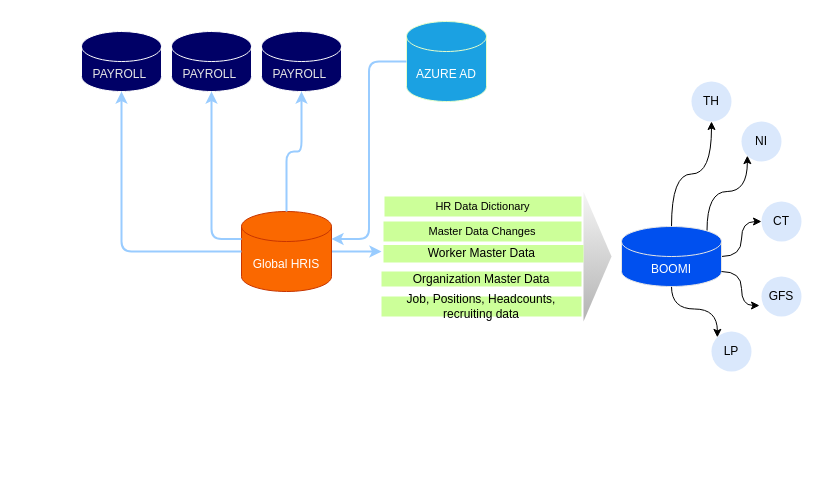
sandyaroma/sandyaroma keeps this draw.io diagram as PageGroup Presales.drawio. Above is the earlier version. Source tidied: cells renumbered, new cells numbered last; positions are measured from the earlier drawing's top-left corner, leaving out a move shared by most shapes. Both pictures are drawn from the tidied source at 100%, with x=0, y=0 at pixel (81, 21).
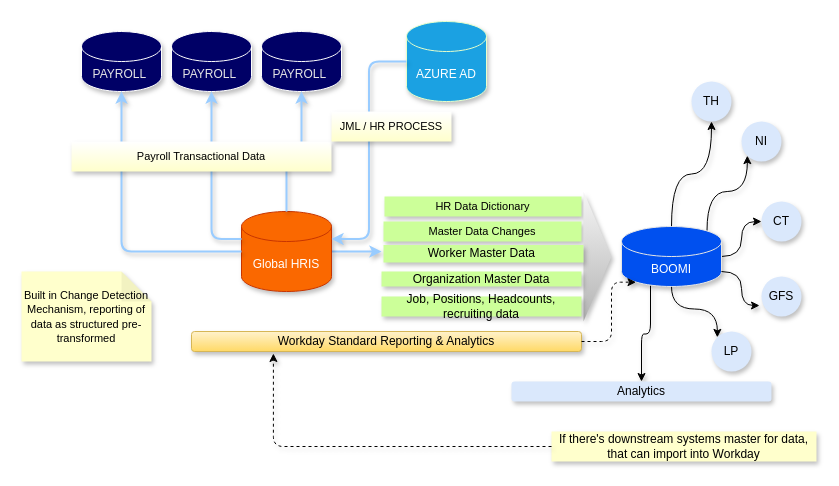
The same page after the edit.

The edit, as a diff of the source:
```diff
@@
-    <mxCell id="2" style="edgeStyle=orthogonalEdgeStyle;rounded=0;jettySize=auto;html=1;strokeWidth=2;strokeColor=#99CCFF;" parent="1" edge="1" source="3">
+    <mxCell id="2" style="edgeStyle=orthogonalEdgeStyle;rounded=0;jettySize=auto;html=1;strokeWidth=2;strokeColor=#99CCFF;shadow=1;" parent="1" edge="1" source="3">
       <mxGeometry relative="1" as="geometry">
         <mxPoint x="300" y="230" as="targetPoint" />
       </mxGeometry>
     </mxCell>
-    <mxCell id="3" value="&lt;font color=&quot;#ffffff&quot;&gt;Global HRIS&lt;/font&gt;" style="shape=cylinder3;whiteSpace=wrap;html=1;boundedLbl=1;backgroundOutline=1;size=15;fillColor=#fa6800;strokeColor=#C73500;fontColor=#000000;" parent="1" vertex="1">
+    <mxCell id="3" value="&lt;font color=&quot;#ffffff&quot;&gt;Global HRIS&lt;/font&gt;" style="shape=cylinder3;whiteSpace=wrap;html=1;boundedLbl=1;backgroundOutline=1;size=15;fillColor=#fa6800;strokeColor=#C73500;fontColor=#000000;shadow=1;" parent="1" vertex="1">
       <mxGeometry x="160" y="190" width="90" height="80" as="geometry" />
     </mxCell>
-    <mxCell id="4" style="edgeStyle=orthogonalEdgeStyle;rounded=0;jettySize=auto;html=1;exitX=0.5;exitY=0;exitDx=0;exitDy=0;exitPerimeter=0;curved=1;" parent="1" edge="1" source="8" target="23">
+    <mxCell id="4" style="edgeStyle=orthogonalEdgeStyle;rounded=0;jettySize=auto;html=1;exitX=0.5;exitY=0;exitDx=0;exitDy=0;exitPerimeter=0;curved=1;shadow=1;" parent="1" edge="1" source="8" target="23">
       <mxGeometry relative="1" as="geometry" />
     </mxCell>
-    <mxCell id="5" style="edgeStyle=orthogonalEdgeStyle;rounded=0;jettySize=auto;html=1;exitX=0.855;exitY=0;exitDx=0;exitDy=4.35;exitPerimeter=0;entryX=0;entryY=1;entryDx=0;entryDy=0;curved=1;" parent="1" edge="1" source="8" target="24">
+    <mxCell id="5" style="edgeStyle=orthogonalEdgeStyle;rounded=0;jettySize=auto;html=1;exitX=0.855;exitY=0;exitDx=0;exitDy=4.35;exitPerimeter=0;entryX=0;entryY=1;entryDx=0;entryDy=0;curved=1;shadow=1;" parent="1" edge="1" source="8" target="24">
       <mxGeometry relative="1" as="geometry">
         <Array as="points">
           <mxPoint x="626" y="170" />
           <mxPoint x="666" y="170" />
         </Array>
       </mxGeometry>
     </mxCell>
-    <mxCell id="6" style="edgeStyle=orthogonalEdgeStyle;rounded=0;jettySize=auto;html=1;curved=1;" parent="1" edge="1" source="8" target="25">
+    <mxCell id="6" style="edgeStyle=orthogonalEdgeStyle;rounded=0;jettySize=auto;html=1;curved=1;shadow=1;" parent="1" edge="1" source="8" target="25">
       <mxGeometry relative="1" as="geometry" />
     </mxCell>
-    <mxCell id="7" style="edgeStyle=orthogonalEdgeStyle;rounded=0;jettySize=auto;html=1;exitX=0.5;exitY=1;exitDx=0;exitDy=0;exitPerimeter=0;entryX=0;entryY=0;entryDx=0;entryDy=0;curved=1;" parent="1" edge="1" source="8" target="27">
+    <mxCell id="7" style="edgeStyle=orthogonalEdgeStyle;rounded=0;jettySize=auto;html=1;exitX=0.5;exitY=1;exitDx=0;exitDy=0;exitPerimeter=0;entryX=0;entryY=0;entryDx=0;entryDy=0;curved=1;shadow=1;" parent="1" edge="1" source="8" target="27">
       <mxGeometry relative="1" as="geometry" />
     </mxCell>
+    <mxCell id="29" style="edgeStyle=orthogonalEdgeStyle;rounded=1;jettySize=auto;html=1;exitX=0.29;exitY=0.983;exitDx=0;exitDy=0;exitPerimeter=0;curved=0;shadow=1;" parent="1" edge="1" source="8" target="30">
+      <mxGeometry relative="1" as="geometry" />
+    </mxCell>
-    <mxCell id="8" value="&lt;font color=&quot;#ffffff&quot;&gt;BOOMI&lt;/font&gt;" style="shape=cylinder3;whiteSpace=wrap;html=1;boundedLbl=1;backgroundOutline=1;size=15;fillColor=#0050ef;strokeColor=#E6E6E6;fontColor=#ffffff;" parent="1" vertex="1">
+    <mxCell id="8" value="&lt;font color=&quot;#ffffff&quot;&gt;BOOMI&lt;/font&gt;" style="shape=cylinder3;whiteSpace=wrap;html=1;boundedLbl=1;backgroundOutline=1;size=15;fillColor=#0050ef;strokeColor=#E6E6E6;fontColor=#ffffff;shadow=1;" parent="1" vertex="1">
       <mxGeometry x="540" y="205" width="100" height="60" as="geometry" />
     </mxCell>
-    <mxCell id="9" value="AZURE AD" style="shape=cylinder3;whiteSpace=wrap;html=1;boundedLbl=1;backgroundOutline=1;size=15;fillColor=#1ba1e2;fontColor=#ffffff;strokeColor=#E6FFCC;" parent="1" vertex="1">
+    <mxCell id="9" value="AZURE AD" style="shape=cylinder3;whiteSpace=wrap;html=1;boundedLbl=1;backgroundOutline=1;size=15;fillColor=#1ba1e2;fontColor=#ffffff;strokeColor=#E6FFCC;shadow=1;" parent="1" vertex="1">
       <mxGeometry x="325" width="80" height="80" as="geometry" />
     </mxCell>
-    <mxCell id="10" value="&lt;span style=&quot;font-size: 11px; background-color: initial;&quot;&gt;HR Data Dictionary&lt;/span&gt;" style="text;html=1;align=center;verticalAlign=middle;whiteSpace=wrap;rounded=0;fillColor=#CCFF99;gradientColor=none;strokeColor=none;" parent="1" vertex="1">
+    <mxCell id="10" value="&lt;span style=&quot;font-size: 11px; background-color: initial;&quot;&gt;HR Data Dictionary&lt;/span&gt;" style="text;html=1;align=center;verticalAlign=middle;whiteSpace=wrap;rounded=0;fillColor=#CCFF99;gradientColor=none;strokeColor=none;shadow=1;" parent="1" vertex="1">
       <mxGeometry x="303" y="175" width="197" height="20" as="geometry" />
     </mxCell>
-    <mxCell id="11" value="&lt;span style=&quot;font-size: 11px; background-color: initial;&quot;&gt;Master Data Changes&lt;/span&gt;" style="text;html=1;align=center;verticalAlign=middle;whiteSpace=wrap;rounded=0;fillColor=#CCFF99;gradientColor=none;strokeColor=none;fontFamily=Helvetica;fontSize=12;fontColor=default;" parent="1" vertex="1">
+    <mxCell id="11" value="&lt;span style=&quot;font-size: 11px; background-color: initial;&quot;&gt;Master Data Changes&lt;/span&gt;" style="text;html=1;align=center;verticalAlign=middle;whiteSpace=wrap;rounded=0;fillColor=#CCFF99;gradientColor=none;strokeColor=none;fontFamily=Helvetica;fontSize=12;fontColor=default;shadow=1;" parent="1" vertex="1">
       <mxGeometry x="302" y="200" width="198" height="20" as="geometry" />
     </mxCell>
-    <mxCell id="12" style="triangle;whiteSpace=wrap;html=1;fillColor=#f5f5f5;strokeColor=none;gradientColor=#b3b3b3;" parent="1" vertex="1">
+    <mxCell id="12" style="triangle;whiteSpace=wrap;html=1;fillColor=#f5f5f5;strokeColor=none;gradientColor=#b3b3b3;shadow=1;" parent="1" vertex="1">
       <mxGeometry x="502" y="170" width="28" height="130" as="geometry" />
     </mxCell>
-    <mxCell id="13" value="&lt;span style=&quot;background-color: initial;&quot;&gt;Organization Master Data&lt;/span&gt;" style="text;html=1;align=center;verticalAlign=middle;whiteSpace=wrap;rounded=0;fillColor=#CCFF99;gradientColor=none;strokeColor=none;" parent="1" vertex="1">
+    <mxCell id="13" value="&lt;span style=&quot;background-color: initial;&quot;&gt;Organization Master Data&lt;/span&gt;" style="text;html=1;align=center;verticalAlign=middle;whiteSpace=wrap;rounded=0;fillColor=#CCFF99;gradientColor=none;strokeColor=none;shadow=1;" parent="1" vertex="1">
       <mxGeometry x="300" y="250" width="200" height="15" as="geometry" />
     </mxCell>
-    <mxCell id="14" value="&lt;span style=&quot;background-color: initial;&quot;&gt;Worker Master Data&lt;/span&gt;&lt;span style=&quot;background-color: initial;&quot;&gt;&amp;nbsp;&lt;/span&gt;" style="text;html=1;align=center;verticalAlign=middle;whiteSpace=wrap;rounded=0;fillColor=#CCFF99;gradientColor=none;strokeColor=none;" parent="1" vertex="1">
+    <mxCell id="14" value="&lt;span style=&quot;background-color: initial;&quot;&gt;Worker Master Data&lt;/span&gt;&lt;span style=&quot;background-color: initial;&quot;&gt;&amp;nbsp;&lt;/span&gt;" style="text;html=1;align=center;verticalAlign=middle;whiteSpace=wrap;rounded=0;fillColor=#CCFF99;gradientColor=none;strokeColor=none;shadow=1;" parent="1" vertex="1">
       <mxGeometry x="302" y="223.5" width="200" height="17.5" as="geometry" />
     </mxCell>
-    <mxCell id="15" value="Job, Positions, Headcounts, recruiting data" style="text;html=1;align=center;verticalAlign=middle;whiteSpace=wrap;rounded=0;fillColor=#CCFF99;gradientColor=none;strokeColor=none;" parent="1" vertex="1">
+    <mxCell id="15" value="Job, Positions, Headcounts, recruiting data" style="text;html=1;align=center;verticalAlign=middle;whiteSpace=wrap;rounded=0;fillColor=#CCFF99;gradientColor=none;strokeColor=none;shadow=1;" parent="1" vertex="1">
       <mxGeometry x="300" y="275" width="200" height="20" as="geometry" />
     </mxCell>
-    <mxCell id="16" value="&lt;font color=&quot;#e6e6e6&quot;&gt;PAYROLL&amp;nbsp;&lt;/font&gt;" style="shape=cylinder3;whiteSpace=wrap;html=1;boundedLbl=1;backgroundOutline=1;size=15;fillColor=#000066;strokeColor=#FFFFFF;gradientColor=none;" parent="1" vertex="1">
+    <mxCell id="16" value="&lt;font color=&quot;#e6e6e6&quot;&gt;PAYROLL&amp;nbsp;&lt;/font&gt;" style="shape=cylinder3;whiteSpace=wrap;html=1;boundedLbl=1;backgroundOutline=1;size=15;fillColor=#000066;strokeColor=#FFFFFF;gradientColor=none;shadow=1;" parent="1" vertex="1">
       <mxGeometry y="10" width="80" height="60" as="geometry" />
     </mxCell>
-    <mxCell id="17" value="&lt;font color=&quot;#e6e6e6&quot;&gt;PAYROLL&amp;nbsp;&lt;/font&gt;" style="shape=cylinder3;whiteSpace=wrap;html=1;boundedLbl=1;backgroundOutline=1;size=15;fillColor=#000066;strokeColor=#FFFFFF;gradientColor=none;" parent="1" vertex="1">
+    <mxCell id="17" value="&lt;font color=&quot;#e6e6e6&quot;&gt;PAYROLL&amp;nbsp;&lt;/font&gt;" style="shape=cylinder3;whiteSpace=wrap;html=1;boundedLbl=1;backgroundOutline=1;size=15;fillColor=#000066;strokeColor=#FFFFFF;gradientColor=none;shadow=1;" parent="1" vertex="1">
       <mxGeometry x="180" y="10" width="80" height="60" as="geometry" />
     </mxCell>
-    <mxCell id="18" value="&lt;font color=&quot;#e6e6e6&quot;&gt;PAYROLL&amp;nbsp;&lt;/font&gt;" style="shape=cylinder3;whiteSpace=wrap;html=1;boundedLbl=1;backgroundOutline=1;size=15;fillColor=#000066;strokeColor=#FFFFFF;gradientColor=none;" parent="1" vertex="1">
+    <mxCell id="18" value="&lt;font color=&quot;#e6e6e6&quot;&gt;PAYROLL&amp;nbsp;&lt;/font&gt;" style="shape=cylinder3;whiteSpace=wrap;html=1;boundedLbl=1;backgroundOutline=1;size=15;fillColor=#000066;strokeColor=#FFFFFF;gradientColor=none;shadow=1;" parent="1" vertex="1">
       <mxGeometry x="90" y="10" width="80" height="60" as="geometry" />
     </mxCell>
-    <mxCell id="19" style="edgeStyle=orthogonalEdgeStyle;rounded=1;jettySize=auto;html=1;entryX=0.5;entryY=1;entryDx=0;entryDy=0;entryPerimeter=0;curved=0;strokeWidth=2;strokeColor=#99CCFF;" parent="1" edge="1" source="3" target="16">
+    <mxCell id="19" style="edgeStyle=orthogonalEdgeStyle;rounded=1;jettySize=auto;html=1;entryX=0.5;entryY=1;entryDx=0;entryDy=0;entryPerimeter=0;curved=0;strokeWidth=2;strokeColor=#99CCFF;shadow=1;" parent="1" edge="1" source="3" target="16">
       <mxGeometry relative="1" as="geometry">
         <Array as="points">
           <mxPoint x="40" y="230" />
         </Array>
       </mxGeometry>
     </mxCell>
-    <mxCell id="20" style="edgeStyle=orthogonalEdgeStyle;rounded=1;jettySize=auto;html=1;entryX=0.5;entryY=1;entryDx=0;entryDy=0;entryPerimeter=0;exitX=0;exitY=0;exitDx=0;exitDy=27.5;exitPerimeter=0;curved=0;strokeWidth=2;strokeColor=#99CCFF;" parent="1" edge="1" source="3" target="18">
+    <mxCell id="20" style="edgeStyle=orthogonalEdgeStyle;rounded=1;jettySize=auto;html=1;entryX=0.5;entryY=1;entryDx=0;entryDy=0;entryPerimeter=0;exitX=0;exitY=0;exitDx=0;exitDy=27.5;exitPerimeter=0;curved=0;strokeWidth=2;strokeColor=#99CCFF;shadow=1;" parent="1" edge="1" source="3" target="18">
       <mxGeometry relative="1" as="geometry">
         <Array as="points">
           <mxPoint x="130" y="218" />
         </Array>
       </mxGeometry>
     </mxCell>
-    <mxCell id="21" style="edgeStyle=orthogonalEdgeStyle;rounded=1;jettySize=auto;html=1;entryX=0.5;entryY=1;entryDx=0;entryDy=0;entryPerimeter=0;curved=0;strokeWidth=2;strokeColor=#99CCFF;" parent="1" edge="1" source="3" target="17">
+    <mxCell id="21" style="edgeStyle=orthogonalEdgeStyle;rounded=1;jettySize=auto;html=1;entryX=0.5;entryY=1;entryDx=0;entryDy=0;entryPerimeter=0;curved=0;strokeWidth=2;strokeColor=#99CCFF;shadow=1;" parent="1" edge="1" source="3" target="17">
       <mxGeometry relative="1" as="geometry" />
     </mxCell>
-    <mxCell id="22" style="edgeStyle=orthogonalEdgeStyle;rounded=1;jettySize=auto;html=1;entryX=1;entryY=0;entryDx=0;entryDy=27.5;entryPerimeter=0;curved=0;strokeWidth=2;strokeColor=#99CCFF;" parent="1" edge="1" source="9" target="3">
+    <mxCell id="22" style="edgeStyle=orthogonalEdgeStyle;rounded=1;jettySize=auto;html=1;entryX=1;entryY=0;entryDx=0;entryDy=27.5;entryPerimeter=0;curved=0;strokeWidth=2;strokeColor=#99CCFF;shadow=1;" parent="1" edge="1" source="9" target="3">
       <mxGeometry relative="1" as="geometry" />
     </mxCell>
-    <mxCell id="23" value="TH" style="ellipse;whiteSpace=wrap;html=1;fillColor=#dae8fc;gradientColor=none;strokeColor=none;" parent="1" vertex="1">
+    <mxCell id="23" value="TH" style="ellipse;whiteSpace=wrap;html=1;fillColor=#dae8fc;gradientColor=none;strokeColor=none;shadow=1;" parent="1" vertex="1">
       <mxGeometry x="610" y="60" width="40" height="40" as="geometry" />
     </mxCell>
-    <mxCell id="24" value="NI" style="ellipse;whiteSpace=wrap;html=1;fillColor=#dae8fc;gradientColor=none;strokeColor=none;" parent="1" vertex="1">
+    <mxCell id="24" value="NI" style="ellipse;whiteSpace=wrap;html=1;fillColor=#dae8fc;gradientColor=none;strokeColor=none;shadow=1;" parent="1" vertex="1">
       <mxGeometry x="660" y="100" width="40" height="40" as="geometry" />
     </mxCell>
-    <mxCell id="25" value="CT" style="ellipse;whiteSpace=wrap;html=1;fillColor=#dae8fc;gradientColor=none;strokeColor=none;" parent="1" vertex="1">
+    <mxCell id="25" value="CT" style="ellipse;whiteSpace=wrap;html=1;fillColor=#dae8fc;gradientColor=none;strokeColor=none;shadow=1;" parent="1" vertex="1">
       <mxGeometry x="680" y="180" width="40" height="40" as="geometry" />
     </mxCell>
-    <mxCell id="26" value="GFS" style="ellipse;whiteSpace=wrap;html=1;fillColor=#dae8fc;gradientColor=none;strokeColor=none;" parent="1" vertex="1">
+    <mxCell id="26" value="GFS" style="ellipse;whiteSpace=wrap;html=1;fillColor=#dae8fc;gradientColor=none;strokeColor=none;shadow=1;" parent="1" vertex="1">
       <mxGeometry x="680" y="255" width="40" height="40" as="geometry" />
     </mxCell>
-    <mxCell id="27" value="LP" style="ellipse;whiteSpace=wrap;html=1;fillColor=#dae8fc;gradientColor=none;strokeColor=none;" parent="1" vertex="1">
+    <mxCell id="27" value="LP" style="ellipse;whiteSpace=wrap;html=1;fillColor=#dae8fc;gradientColor=none;strokeColor=none;shadow=1;" parent="1" vertex="1">
       <mxGeometry x="630" y="310" width="40" height="40" as="geometry" />
     </mxCell>
-    <mxCell id="28" style="edgeStyle=orthogonalEdgeStyle;rounded=0;jettySize=auto;html=1;exitX=1;exitY=1;exitDx=0;exitDy=-15;exitPerimeter=0;entryX=-0.05;entryY=0.725;entryDx=0;entryDy=0;entryPerimeter=0;curved=1;" parent="1" edge="1" source="8" target="26">
+    <mxCell id="28" style="edgeStyle=orthogonalEdgeStyle;rounded=0;jettySize=auto;html=1;exitX=1;exitY=1;exitDx=0;exitDy=-15;exitPerimeter=0;entryX=-0.05;entryY=0.725;entryDx=0;entryDy=0;entryPerimeter=0;curved=1;shadow=1;" parent="1" edge="1" source="8" target="26">
       <mxGeometry relative="1" as="geometry" />
     </mxCell>
+    <mxCell id="30" value="Analytics" style="rounded=1;whiteSpace=wrap;html=1;fillColor=#dae8fc;gradientColor=none;strokeColor=none;shadow=1;" parent="1" vertex="1">
+      <mxGeometry x="430" y="360" width="260" height="20" as="geometry" />
+    </mxCell>
+    <mxCell id="31" value="Workday Standard Reporting &amp;amp; Analytics" style="rounded=1;whiteSpace=wrap;html=1;fillColor=#fff2cc;gradientColor=#ffd966;strokeColor=#d6b656;shadow=1;" parent="1" vertex="1">
+      <mxGeometry x="110" y="310" width="390" height="20" as="geometry" />
+    </mxCell>
+    <mxCell id="32" style="edgeStyle=orthogonalEdgeStyle;rounded=1;jettySize=auto;html=1;entryX=0.145;entryY=1;entryDx=0;entryDy=-4.35;entryPerimeter=0;curved=0;dashed=1;shadow=1;" parent="1" edge="1" source="31" target="8">
+      <mxGeometry relative="1" as="geometry">
+        <Array as="points">
+          <mxPoint x="530" y="320" />
+          <mxPoint x="530" y="261" />
+        </Array>
+      </mxGeometry>
+    </mxCell>
+    <mxCell id="33" value="&lt;span style=&quot;font-size: 11px; text-wrap: nowrap;&quot;&gt;Payroll Transactional Data&lt;/span&gt;" style="text;html=1;align=center;verticalAlign=middle;whiteSpace=wrap;rounded=0;fillColor=default;gradientColor=#FFFFCC;shadow=1;" parent="1" vertex="1">
+      <mxGeometry x="-10" y="120" width="260" height="30" as="geometry" />
+    </mxCell>
+    <mxCell id="34" value="&lt;span style=&quot;font-size: 11px; text-wrap: nowrap;&quot;&gt;JML / HR PROCESS&lt;/span&gt;" style="text;html=1;align=center;verticalAlign=middle;whiteSpace=wrap;rounded=0;fillColor=default;gradientColor=#FFFFCC;shadow=1;" parent="1" vertex="1">
+      <mxGeometry x="250" y="90" width="120" height="30" as="geometry" />
+    </mxCell>
+    <mxCell id="35" value="If there's downstream systems master for data, that can import into Workday" style="text;html=1;align=center;verticalAlign=middle;whiteSpace=wrap;rounded=0;fillColor=#FFFFCC;gradientColor=none;strokeColor=none;shadow=1;" parent="1" vertex="1">
+      <mxGeometry x="470" y="410" width="265" height="30" as="geometry" />
+    </mxCell>
+    <mxCell id="36" style="edgeStyle=orthogonalEdgeStyle;rounded=1;jettySize=auto;html=1;entryX=0.21;entryY=1.1;entryDx=0;entryDy=0;entryPerimeter=0;curved=0;dashed=1;shadow=1;" parent="1" edge="1" source="35" target="31">
+      <mxGeometry relative="1" as="geometry">
+        <Array as="points">
+          <mxPoint x="192" y="425" />
+        </Array>
+      </mxGeometry>
+    </mxCell>
+    <mxCell id="37" value="&lt;span style=&quot;font-size: 11px;&quot;&gt;Built in Change Detection Mechanism, reporting of data as structured pre-transformed&lt;/span&gt;" style="shape=note;whiteSpace=wrap;html=1;backgroundOutline=1;darkOpacity=0.05;fillColor=#FFFFCC;gradientColor=none;strokeColor=none;shadow=1;" parent="1" vertex="1">
+      <mxGeometry x="-60" y="250" width="130" height="90" as="geometry" />
+    </mxCell>
```
